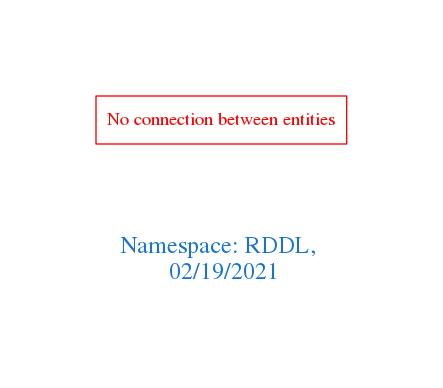
Earlier version of the Graphviz export downloads/RDDL.png (arago/OGIT). Its source is kept beside it as downloads/RDDL.dot.
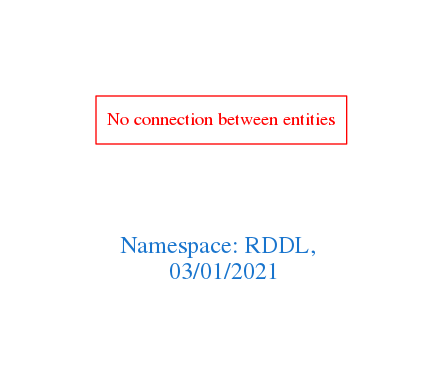
Above is the later version.

Diff of the diagram source:
```diff
@@ -1,7 +1,7 @@
 digraph OGIT_ontology {
  graph [ rankdir= LR,pad=1
 fontsize = 18,
-fontcolor= dodgerblue3,label = "\n\n\nNamespace: RDDL, \n 02/19/2021"];
+fontcolor= dodgerblue3,label = "\n\n\nNamespace: RDDL, \n 03/01/2021"];
 node[shape=polygon];
 edge [  color="gray81"];
 
```
